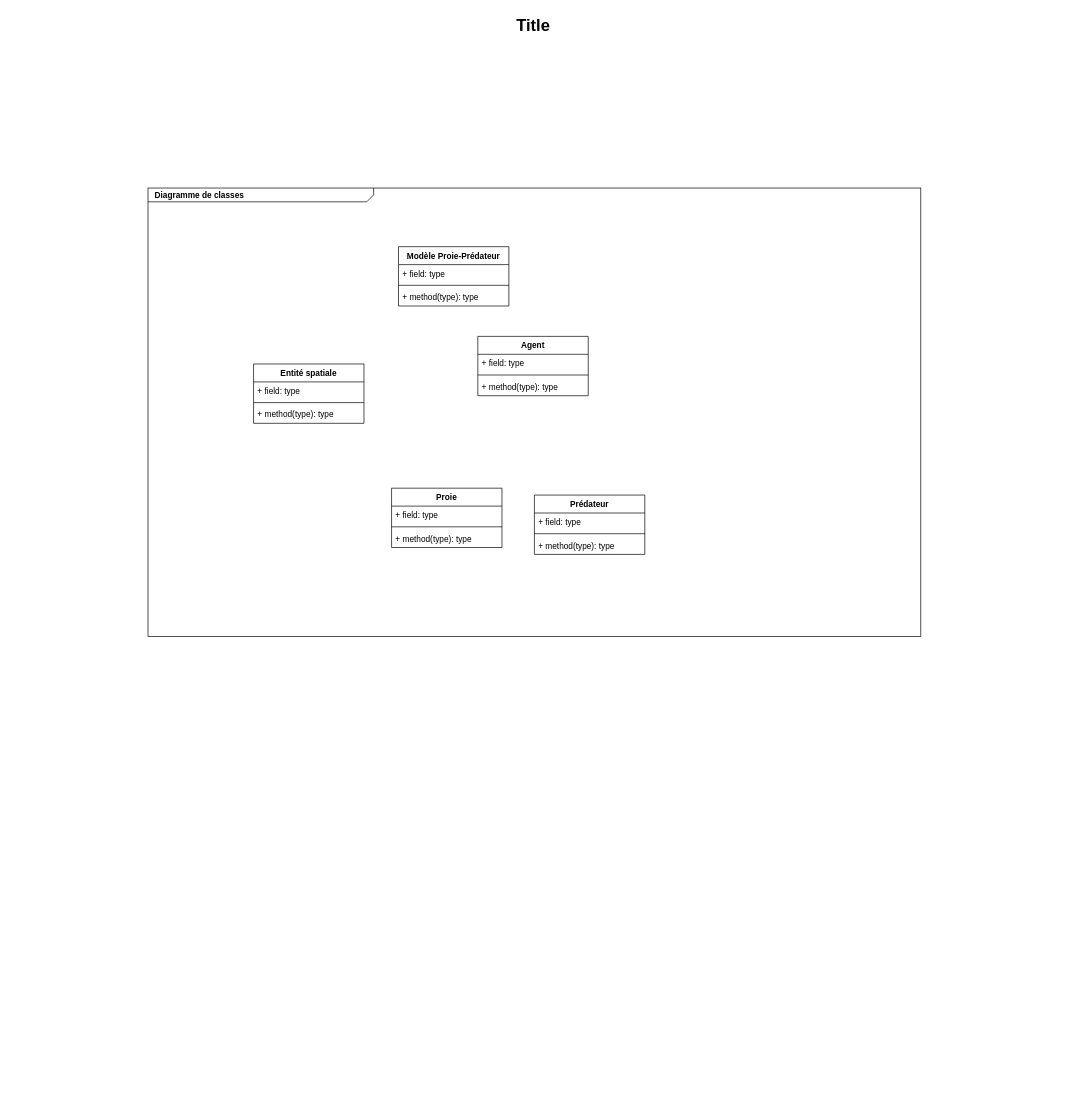
Earlier version of the draw.io diagram MAS_Vultures_population_modelisation.drawio (pierre-manchon/MAS_Vultures_population_modelisation). Source tidied: cells renumbered, new cells numbered last; positions are measured from the earlier drawing's top-left corner, leaving out a move shared by most shapes. Both pictures are drawn from the tidied source at 69%, with x=0, y=0 at pixel (12, 12).
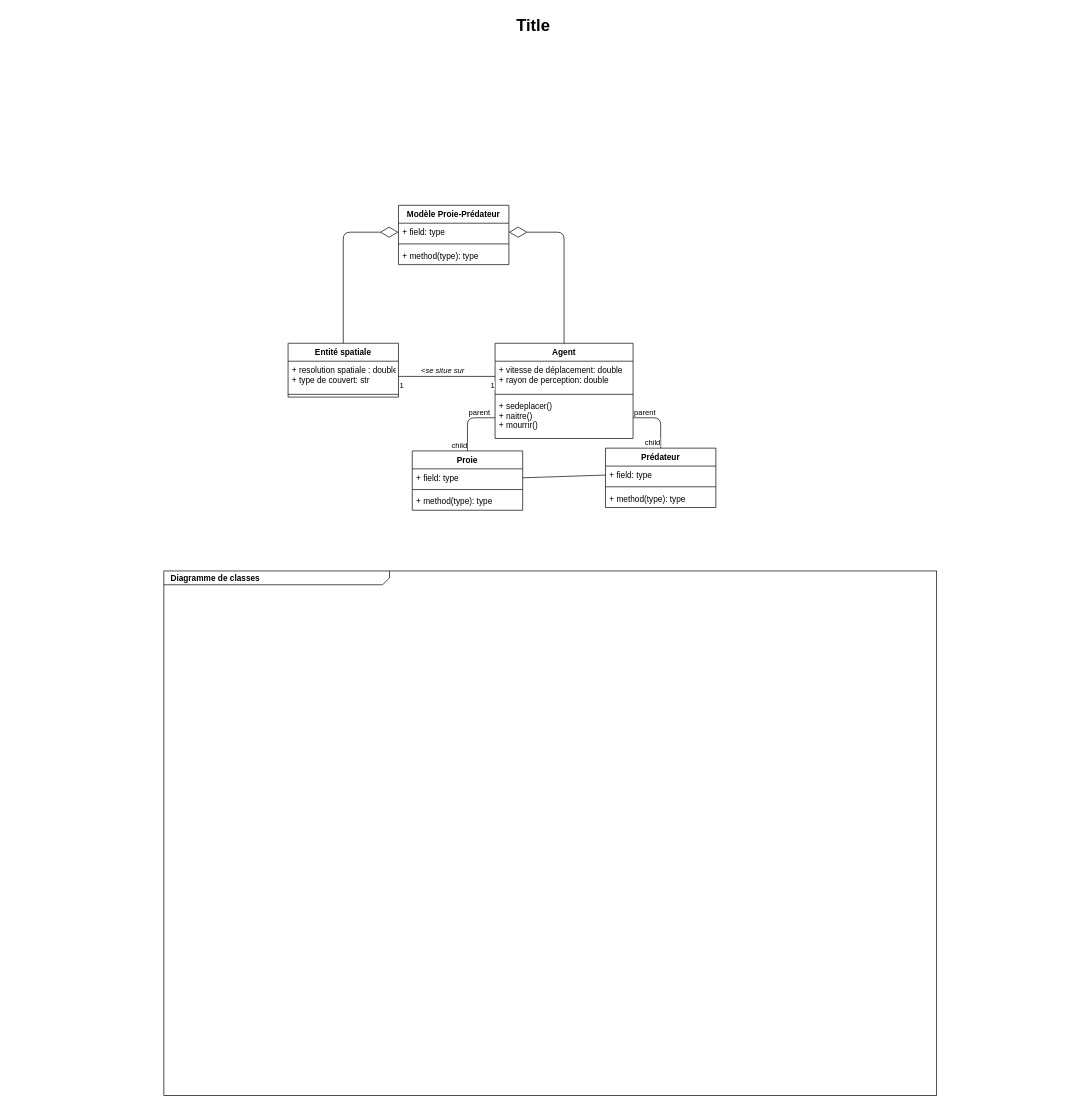
The same diagram, later.

Unchanged cells that the change refers to:
```xml
<mxCell id="5" value="+ field: type" style="text;strokeColor=none;fillColor=none;align=left;verticalAlign=top;spacingLeft=4;spacingRight=4;overflow=hidden;points=[[0,0.5],[1,0.5]];portConstraint=eastwest;" parent="4" vertex="1">
  <mxGeometry y="26" width="160" height="26" as="geometry" />
</mxCell>
<mxCell id="17" value="+ field: type" style="text;strokeColor=none;fillColor=none;align=left;verticalAlign=top;spacingLeft=4;spacingRight=4;overflow=hidden;points=[[0,0.5],[1,0.5]];portConstraint=eastwest;" parent="16" vertex="1">
  <mxGeometry y="26" width="160" height="26" as="geometry" />
</mxCell>
<mxCell id="21" value="+ field: type" style="text;strokeColor=none;fillColor=none;align=left;verticalAlign=top;spacingLeft=4;spacingRight=4;overflow=hidden;points=[[0,0.5],[1,0.5]];portConstraint=eastwest;" parent="20" vertex="1">
  <mxGeometry y="26" width="160" height="26" as="geometry" />
</mxCell>
```

Change to the diagram source:
```diff
@@
     <mxCell id="2" value="&lt;p style=&quot;margin: 0px ; margin-top: 4px ; margin-left: 10px ; text-align: left&quot;&gt;&lt;b&gt;Diagramme de classes&lt;/b&gt;&lt;/p&gt;" style="html=1;strokeWidth=1;shape=mxgraph.sysml.package;html=1;overflow=fill;whiteSpace=wrap;fillColor=none;gradientColor=none;fontSize=12;align=center;labelX=327.64;" parent="1" vertex="1">
-      <mxGeometry x="197" y="255" width="1120" height="650" as="geometry" />
+      <mxGeometry x="220" y="810" width="1120" height="760" as="geometry" />
     </mxCell>
@@
     <mxCell id="4" value="Modèle Proie-Prédateur" style="swimlane;fontStyle=1;align=center;verticalAlign=top;horizontal=1;startSize=26;" parent="1" vertex="1">
-      <mxGeometry x="560" y="340" width="160" height="86" as="geometry" />
+      <mxGeometry x="560" y="280" width="160" height="86" as="geometry" />
     </mxCell>
@@
     <mxCell id="8" value="Entité spatiale" style="swimlane;fontStyle=1;align=center;verticalAlign=top;horizontal=1;startSize=26;" parent="1" vertex="1">
-      <mxGeometry x="350" y="510" width="160" height="86" as="geometry" />
+      <mxGeometry x="400" y="480" width="160" height="78" as="geometry" />
     </mxCell>
-    <mxCell id="9" value="+ field: type" style="text;strokeColor=none;fillColor=none;align=left;verticalAlign=top;spacingLeft=4;spacingRight=4;overflow=hidden;points=[[0,0.5],[1,0.5]];portConstraint=eastwest;" parent="8" vertex="1">
-      <mxGeometry y="26" width="160" height="26" as="geometry" />
+    <mxCell id="9" value="+ resolution spatiale : double&#10;+ type de couvert: str" style="text;strokeColor=none;fillColor=none;align=left;verticalAlign=top;spacingLeft=4;spacingRight=4;overflow=hidden;points=[[0,0.5],[1,0.5]];portConstraint=eastwest;" parent="8" vertex="1">
+      <mxGeometry y="26" width="160" height="44" as="geometry" />
     </mxCell>
     <mxCell id="10" style="line;strokeWidth=1;fillColor=none;align=left;verticalAlign=middle;spacingTop=-1;spacingLeft=3;spacingRight=3;labelPosition=right;" parent="8" vertex="1">
-      <mxGeometry y="52" width="160" height="8" as="geometry" />
+      <mxGeometry y="70" width="160" height="8" as="geometry" />
     </mxCell>
-    <mxCell id="11" value="+ method(type): type" style="text;strokeColor=none;fillColor=none;align=left;verticalAlign=top;spacingLeft=4;spacingRight=4;overflow=hidden;" parent="8" vertex="1">
-      <mxGeometry y="60" width="160" height="26" as="geometry" />
-    </mxCell>
     <mxCell id="12" value="Agent" style="swimlane;fontStyle=1;align=center;verticalAlign=top;horizontal=1;startSize=26;" parent="1" vertex="1">
-      <mxGeometry x="675" y="470" width="160" height="86" as="geometry" />
+      <mxGeometry x="700" y="480" width="200" height="138" as="geometry" />
     </mxCell>
-    <mxCell id="13" value="+ field: type" style="text;strokeColor=none;fillColor=none;align=left;verticalAlign=top;spacingLeft=4;spacingRight=4;overflow=hidden;points=[[0,0.5],[1,0.5]];portConstraint=eastwest;" parent="12" vertex="1">
-      <mxGeometry y="26" width="160" height="26" as="geometry" />
+    <mxCell id="13" value="+ vitesse de déplacement: double&#10;+ rayon de perception: double" style="text;strokeColor=none;fillColor=none;align=left;verticalAlign=top;spacingLeft=4;spacingRight=4;overflow=hidden;points=[[0,0.5],[1,0.5]];portConstraint=eastwest;" parent="12" vertex="1">
+      <mxGeometry y="26" width="200" height="44" as="geometry" />
     </mxCell>
     <mxCell id="14" style="line;strokeWidth=1;fillColor=none;align=left;verticalAlign=middle;spacingTop=-1;spacingLeft=3;spacingRight=3;labelPosition=right;" parent="12" vertex="1">
-      <mxGeometry y="52" width="160" height="8" as="geometry" />
+      <mxGeometry y="70" width="200" height="8" as="geometry" />
     </mxCell>
-    <mxCell id="15" value="+ method(type): type" style="text;strokeColor=none;fillColor=none;align=left;verticalAlign=top;spacingLeft=4;spacingRight=4;overflow=hidden;points=[[0,0.5],[1,0.5]];portConstraint=eastwest;" parent="12" vertex="1">
-      <mxGeometry y="60" width="160" height="26" as="geometry" />
+    <mxCell id="15" value="+ sedeplacer()&#10;+ naitre()&#10;+ mourrir()" style="text;strokeColor=none;fillColor=none;align=left;verticalAlign=top;spacingLeft=4;spacingRight=4;overflow=hidden;points=[[0,0.5],[1,0.5]];portConstraint=eastwest;" parent="12" vertex="1">
+      <mxGeometry y="78" width="200" height="60" as="geometry" />
     </mxCell>
     <mxCell id="16" value="Proie" style="swimlane;fontStyle=1;align=center;verticalAlign=top;horizontal=1;startSize=26;" parent="1" vertex="1">
-      <mxGeometry x="550" y="690" width="160" height="86" as="geometry" />
+      <mxGeometry x="580" y="636" width="160" height="86" as="geometry" />
     </mxCell>
@@
     <mxCell id="20" value="Prédateur" style="swimlane;fontStyle=1;align=center;verticalAlign=top;horizontal=1;startSize=26;" parent="1" vertex="1">
-      <mxGeometry x="757" y="700" width="160" height="86" as="geometry" />
+      <mxGeometry x="860" y="632" width="160" height="86" as="geometry" />
     </mxCell>
@@
+    <mxCell id="24" style="endArrow=none;html=1;rounded=0;exitX=1;exitY=0.5;exitDx=0;exitDy=0;entryX=0;entryY=0.5;entryDx=0;entryDy=0;" parent="1" edge="1" source="17" target="21">
+      <mxGeometry relative="1" as="geometry" />
+    </mxCell>
+    <mxCell id="25" style="endArrow=diamondThin;endFill=0;endSize=24;html=1;shadow=0;entryX=1;entryY=0.5;entryDx=0;entryDy=0;exitX=0.5;exitY=0;exitDx=0;exitDy=0;" parent="1" edge="1" source="12" target="5">
+      <mxGeometry relative="1" as="geometry">
+        <Array as="points">
+          <mxPoint x="800" y="319" />
+        </Array>
+      </mxGeometry>
+    </mxCell>
+    <mxCell id="26" style="endArrow=diamondThin;endFill=0;endSize=24;html=1;shadow=0;exitX=0.5;exitY=0;exitDx=0;exitDy=0;entryX=0;entryY=0.5;entryDx=0;entryDy=0;" parent="1" edge="1" source="8" target="5">
+      <mxGeometry relative="1" as="geometry">
+        <Array as="points">
+          <mxPoint x="480" y="319" />
+        </Array>
+      </mxGeometry>
+    </mxCell>
+    <mxCell id="27" value="&lt;i&gt;&amp;lt;se situe sur&lt;/i&gt;" style="endArrow=none;html=1;endSize=12;startArrow=none;startSize=14;startFill=0;edgeStyle=orthogonalEdgeStyle;shadow=0;entryX=0;entryY=0.5;entryDx=0;entryDy=0;exitX=1;exitY=0.5;exitDx=0;exitDy=0;endFill=0;" parent="1" edge="1" source="9" target="13">
+      <mxGeometry x="0.05" y="13" relative="1" as="geometry">
+        <mxPoint x="-10" y="4" as="offset" />
+      </mxGeometry>
+    </mxCell>
+    <mxCell id="28" value="1" style="edgeLabel;html=1;align=left;verticalAlign=top;" parent="27" vertex="1">
+      <mxGeometry x="-1" relative="1" as="geometry" />
+    </mxCell>
+    <mxCell id="29" value="1" style="edgeLabel;html=1;align=right;verticalAlign=top;" parent="27" vertex="1">
+      <mxGeometry x="1" relative="1" as="geometry" />
+    </mxCell>
+    <mxCell id="30" style="endArrow=none;html=1;edgeStyle=orthogonalEdgeStyle;shadow=0;exitX=0;exitY=0.5;exitDx=0;exitDy=0;entryX=0.5;entryY=0;entryDx=0;entryDy=0;" parent="1" edge="1" source="15" target="16">
+      <mxGeometry relative="1" as="geometry" />
+    </mxCell>
+    <mxCell id="31" value="parent" style="edgeLabel;html=1;align=left;verticalAlign=bottom;" parent="30" vertex="1">
+      <mxGeometry x="-1" relative="1" as="geometry">
+        <mxPoint x="-40" as="offset" />
+      </mxGeometry>
+    </mxCell>
+    <mxCell id="32" value="child" style="edgeLabel;html=1;align=right;verticalAlign=bottom;" parent="30" vertex="1">
+      <mxGeometry x="1" relative="1" as="geometry" />
+    </mxCell>
+    <mxCell id="33" style="endArrow=none;html=1;edgeStyle=orthogonalEdgeStyle;shadow=0;exitX=1;exitY=0.5;exitDx=0;exitDy=0;entryX=0.5;entryY=0;entryDx=0;entryDy=0;" parent="1" edge="1" source="15" target="20">
+      <mxGeometry relative="1" as="geometry" />
+    </mxCell>
+    <mxCell id="34" value="parent" style="edgeLabel;html=1;align=left;verticalAlign=bottom;" parent="33" vertex="1">
+      <mxGeometry x="-1" relative="1" as="geometry" />
+    </mxCell>
+    <mxCell id="35" value="child" style="edgeLabel;html=1;align=right;verticalAlign=bottom;" parent="33" vertex="1">
+      <mxGeometry x="1" relative="1" as="geometry" />
+    </mxCell>
```
